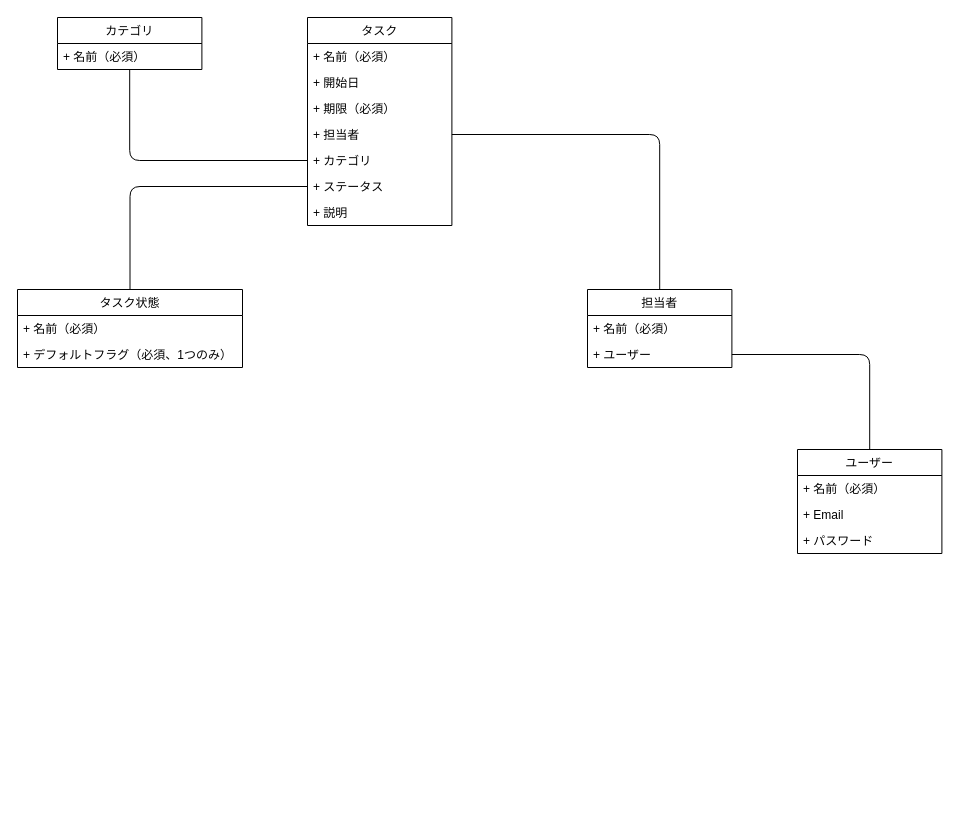
The draw.io diagram page "モデル" (3 of 4) of .design/docs.drawio in 50ra4/react-todo-list-base, before the edit. Source tidied: cells renumbered, new cells numbered last; positions are measured from the earlier drawing's top-left corner, leaving out a move shared by most shapes. Both pictures are drawn from the tidied source at 100%, with x=0, y=0 at pixel (17, 17).
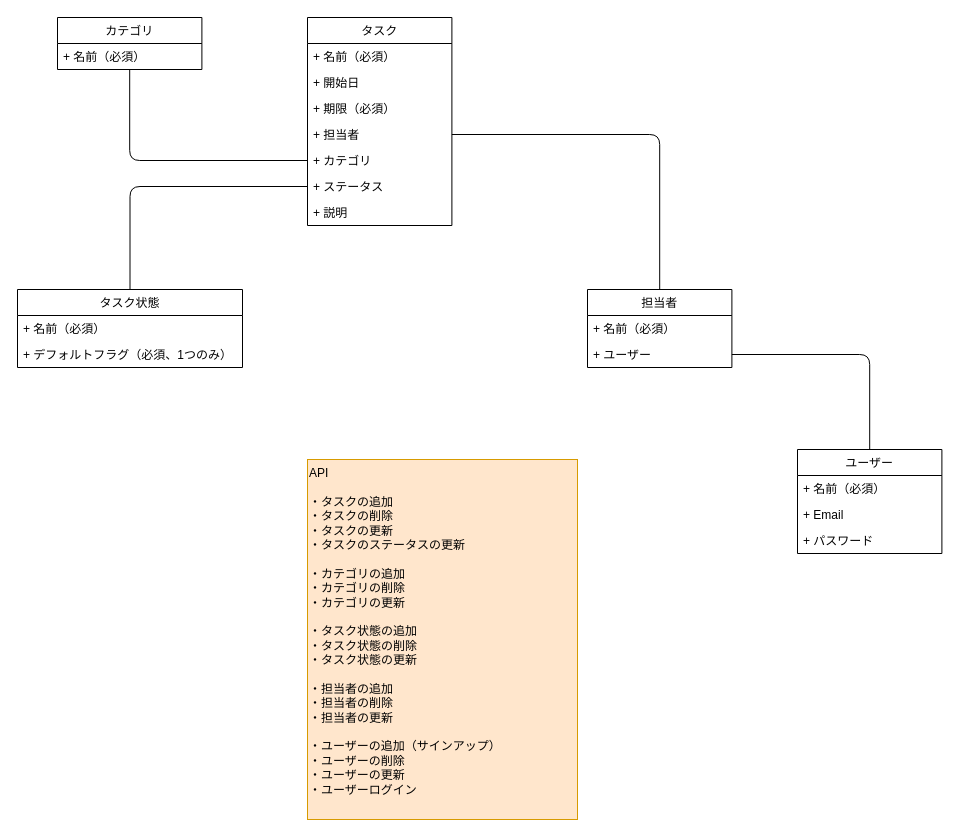
Above is the later version.

What changed in the source:
```diff
@@
+    <mxCell id="26" value="API&lt;br&gt;&lt;br&gt;・タスクの追加&lt;br&gt;・タスクの削除&lt;br&gt;・タスクの更新&lt;br&gt;・タスクのステータスの更新&lt;br&gt;&lt;br&gt;・カテゴリの追加&lt;br&gt;・カテゴリの削除&lt;br&gt;・カテゴリの更新&lt;br&gt;&lt;br&gt;・タスク状態の追加&lt;br&gt;・タスク状態の削除&lt;br&gt;・タスク状態の更新&lt;br&gt;&lt;br&gt;・担当者の追加&lt;br&gt;・担当者の削除&lt;br&gt;・担当者の更新&lt;br&gt;&lt;br&gt;・ユーザーの追加（サインアップ）&lt;br&gt;・ユーザーの削除&lt;br&gt;・ユーザーの更新&lt;br&gt;・ユーザーログイン" style="rounded=0;whiteSpace=wrap;html=1;fillColor=#ffe6cc;strokeColor=#d79b00;align=left;verticalAlign=top;" parent="1" vertex="1">
+      <mxGeometry x="290" y="442" width="270" height="360" as="geometry" />
+    </mxCell>
```
